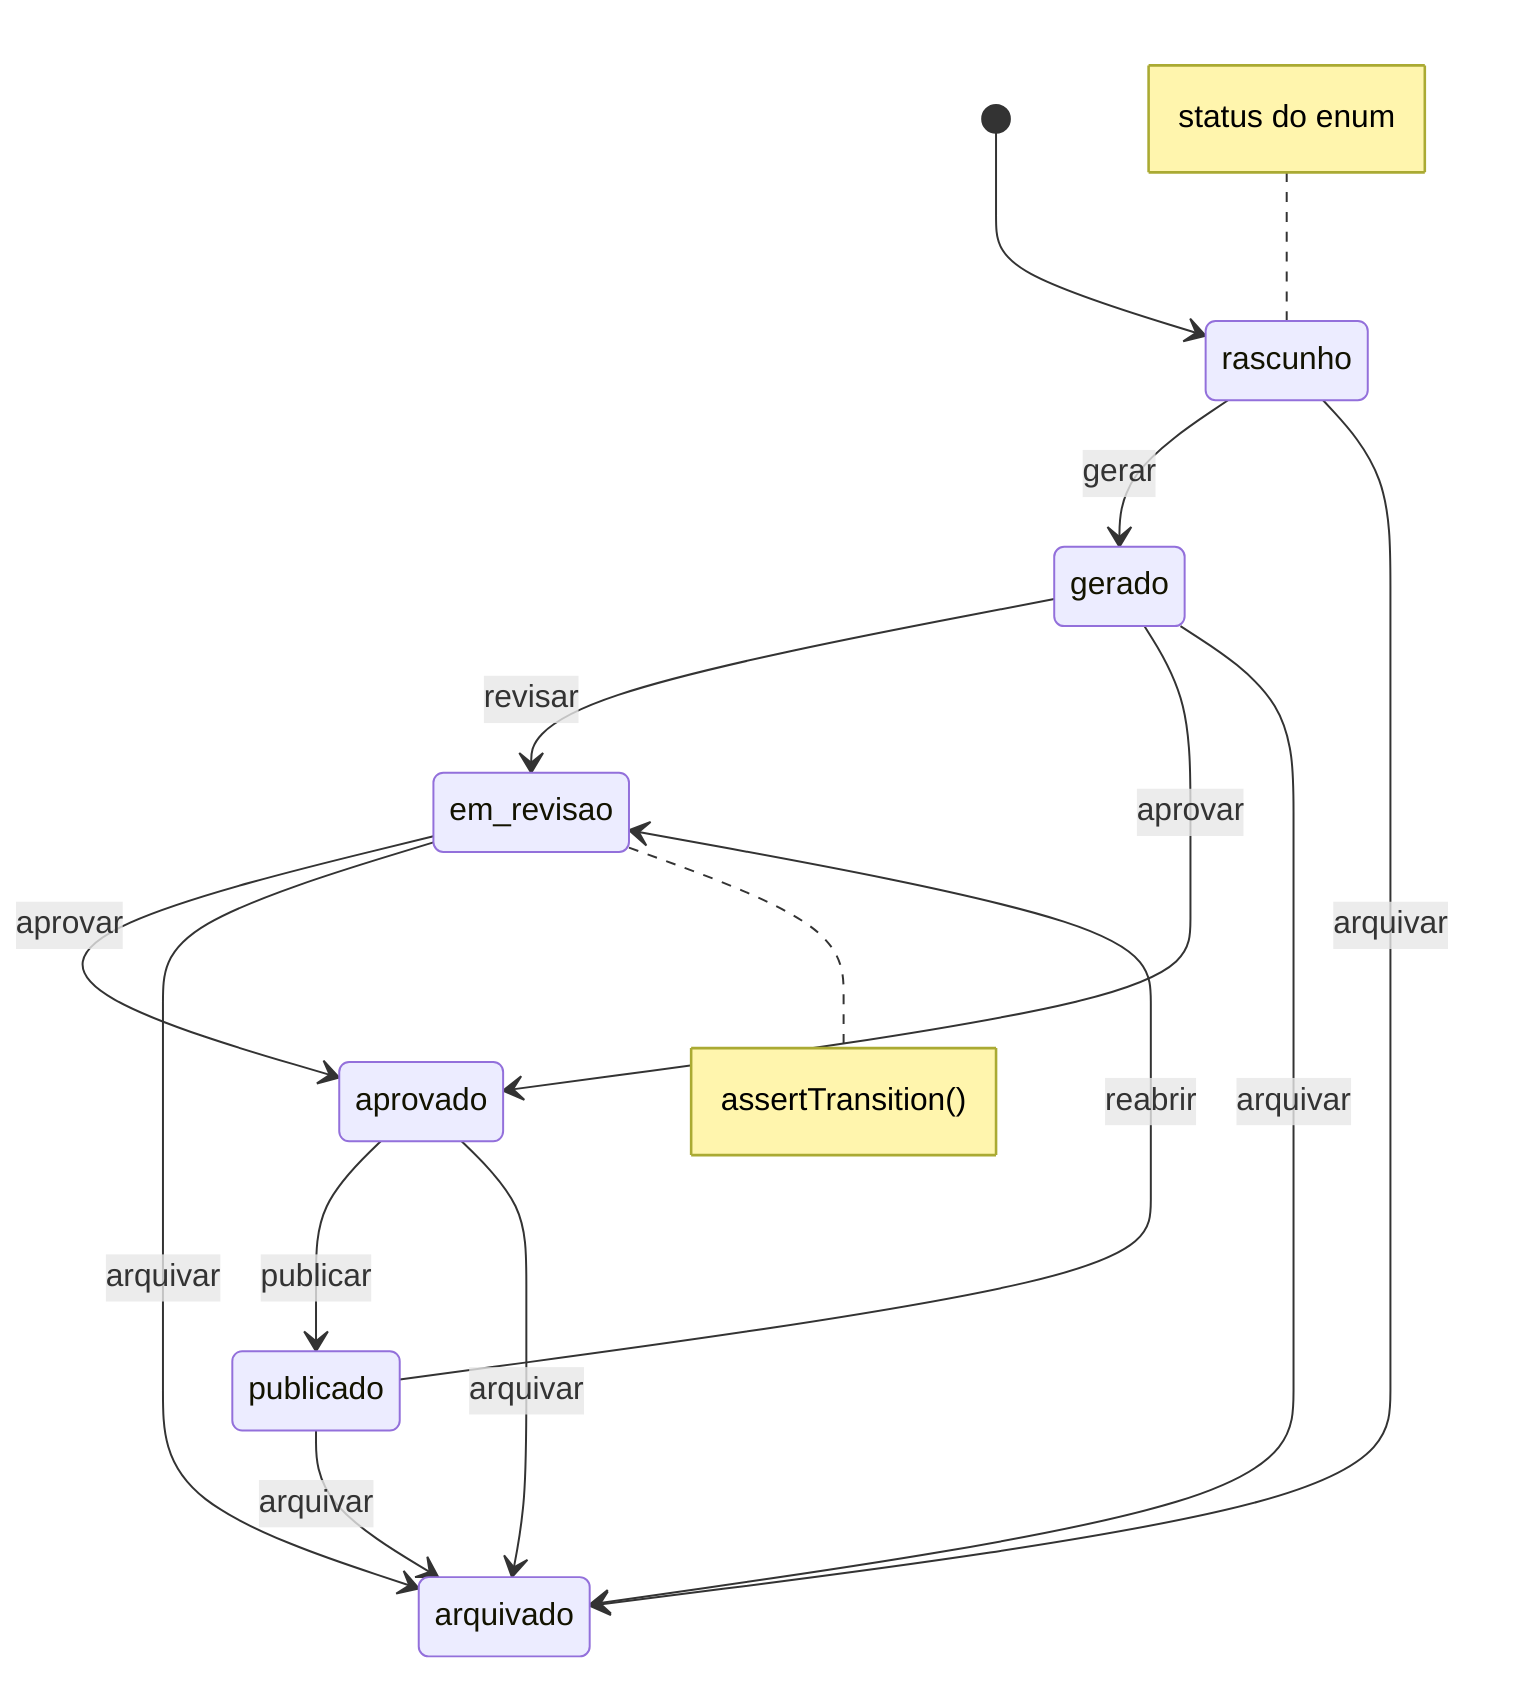
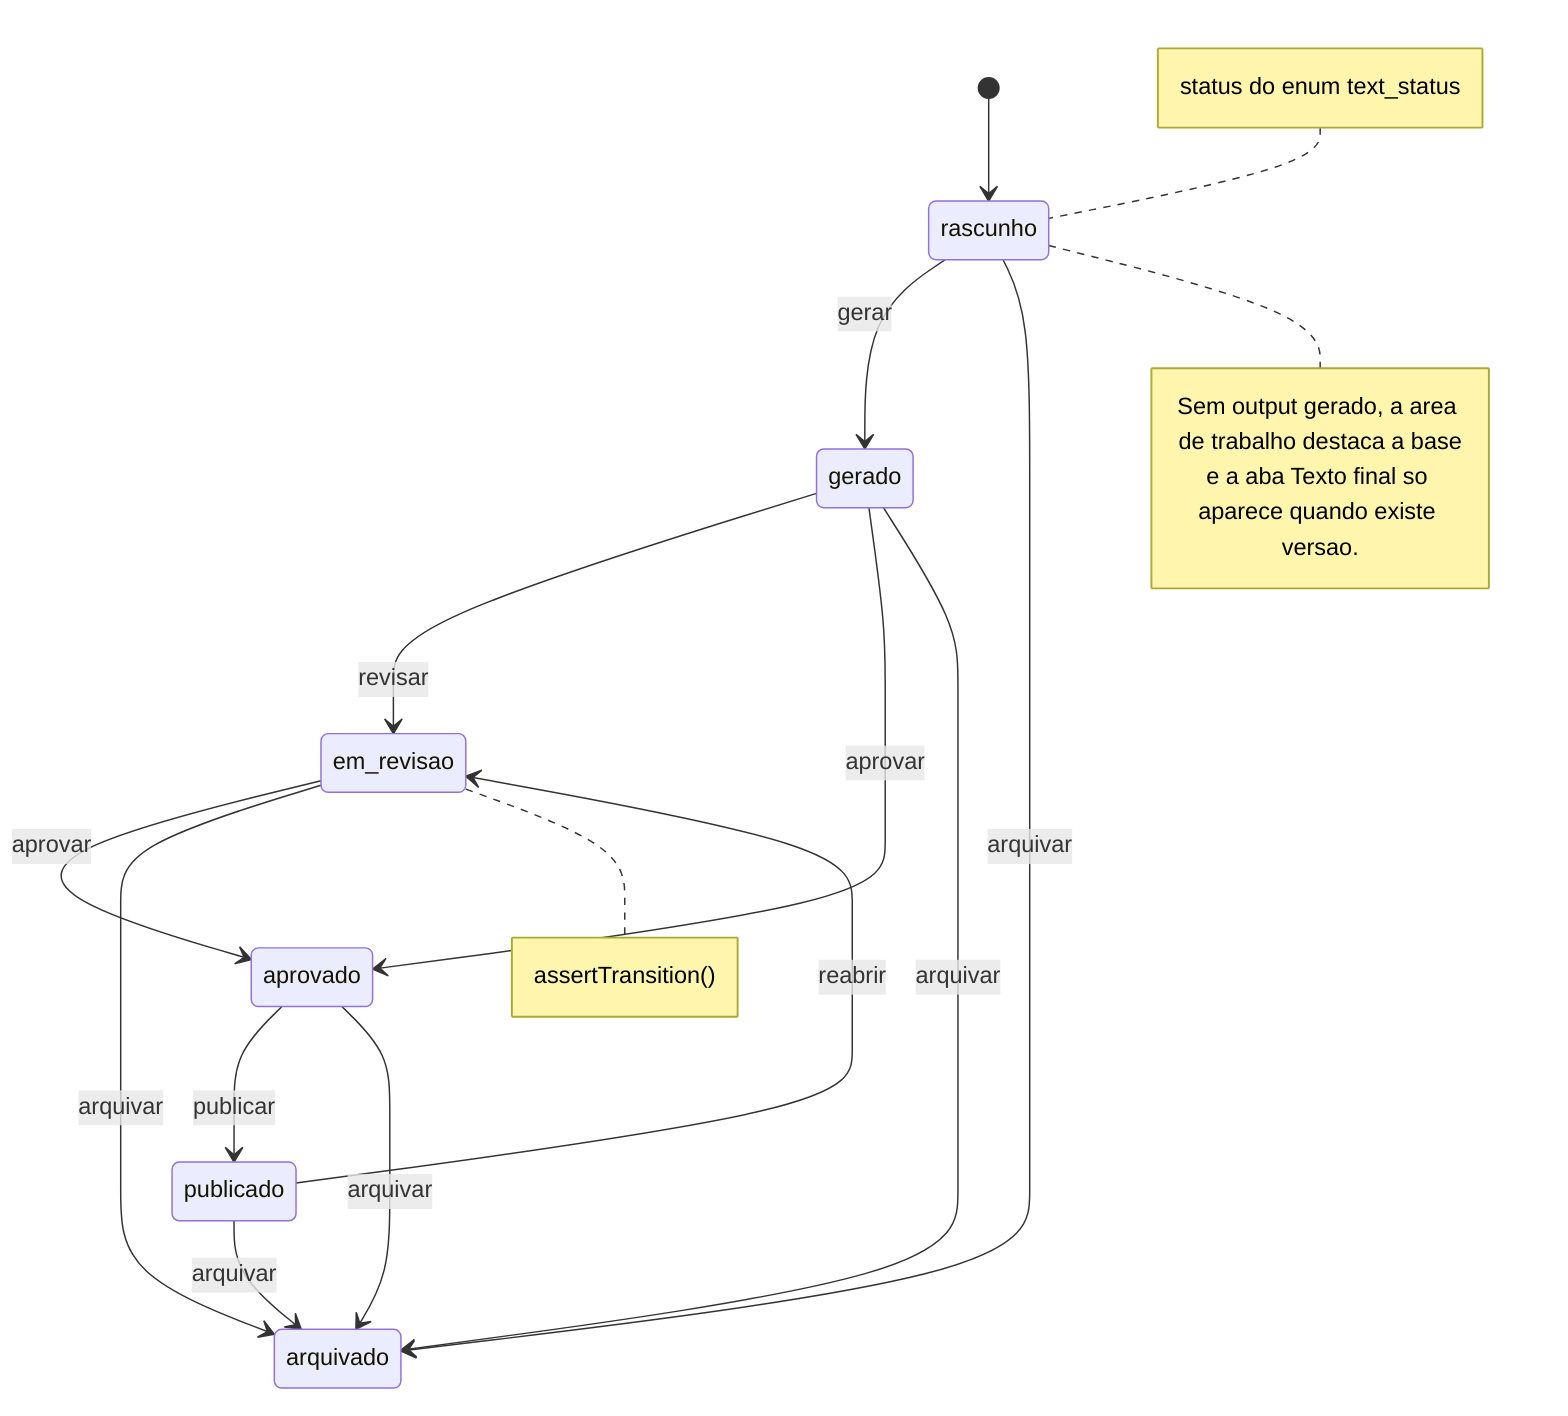
stateDiagram-v2
  %% Auth gate fora deste diagrama: setup | login-required | ready.
  [*] --> rascunho
  rascunho --> gerado: gerar
  gerado --> em_revisao: revisar
  em_revisao --> aprovado: aprovar
  gerado --> aprovado: aprovar
  aprovado --> publicado: publicar
  publicado --> arquivado: arquivar
  rascunho --> arquivado: arquivar
  gerado --> arquivado: arquivar
  em_revisao --> arquivado: arquivar
  aprovado --> arquivado: arquivar
  publicado --> em_revisao: reabrir

+   note right of rascunho
+     Sem output gerado, a area de trabalho destaca a base
+     e a aba Texto final so aparece quando existe versao.
+   end note
+ 
  note right of em_revisao
    assertTransition()
  end note

  note left of rascunho
-     status do enum
+     status do enum text_status
  end note
